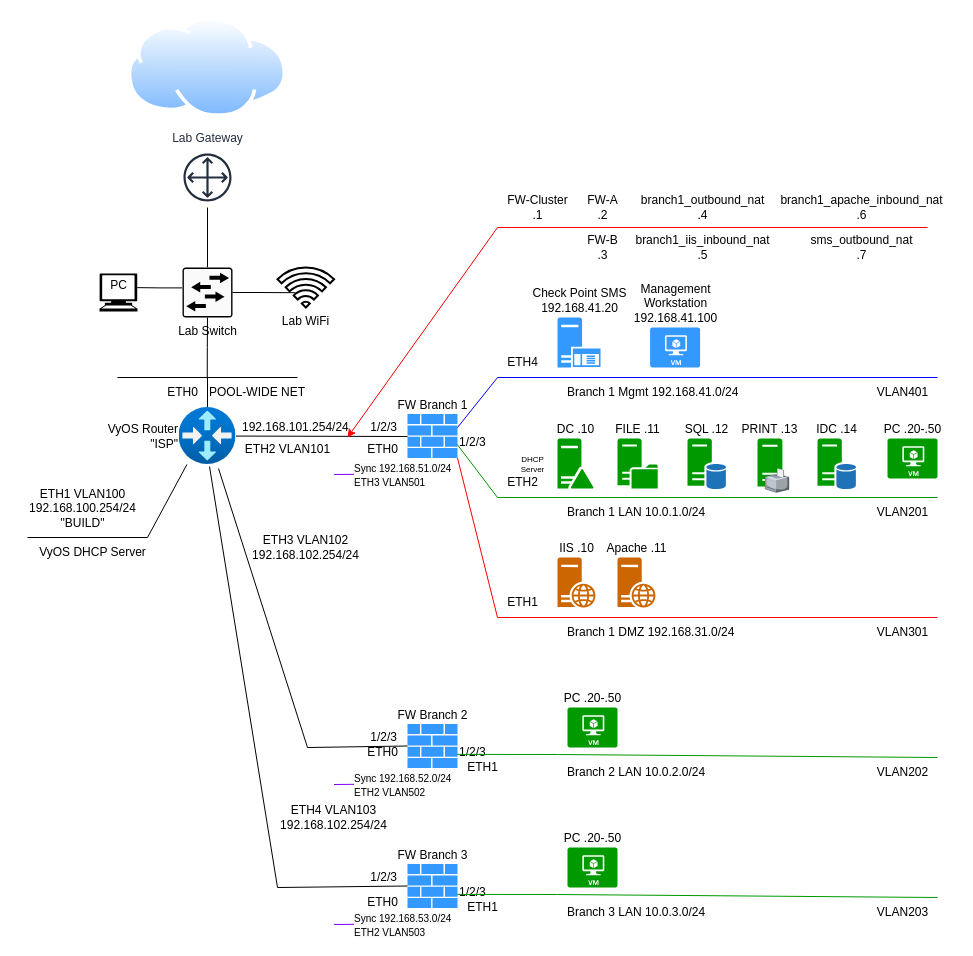
Earlier version of the draw.io diagram page "FULL LAB CHECKPOINT" (4 of 4) of XCP-ng/xcp-ng_lab.drawio (doritoes/NUC-Labs). Source tidied: cells renumbered, new cells numbered last; positions are measured from the earlier drawing's top-left corner, leaving out a move shared by most shapes. Both pictures are drawn from the tidied source at 100%, with x=0, y=0 at pixel (17, 17).
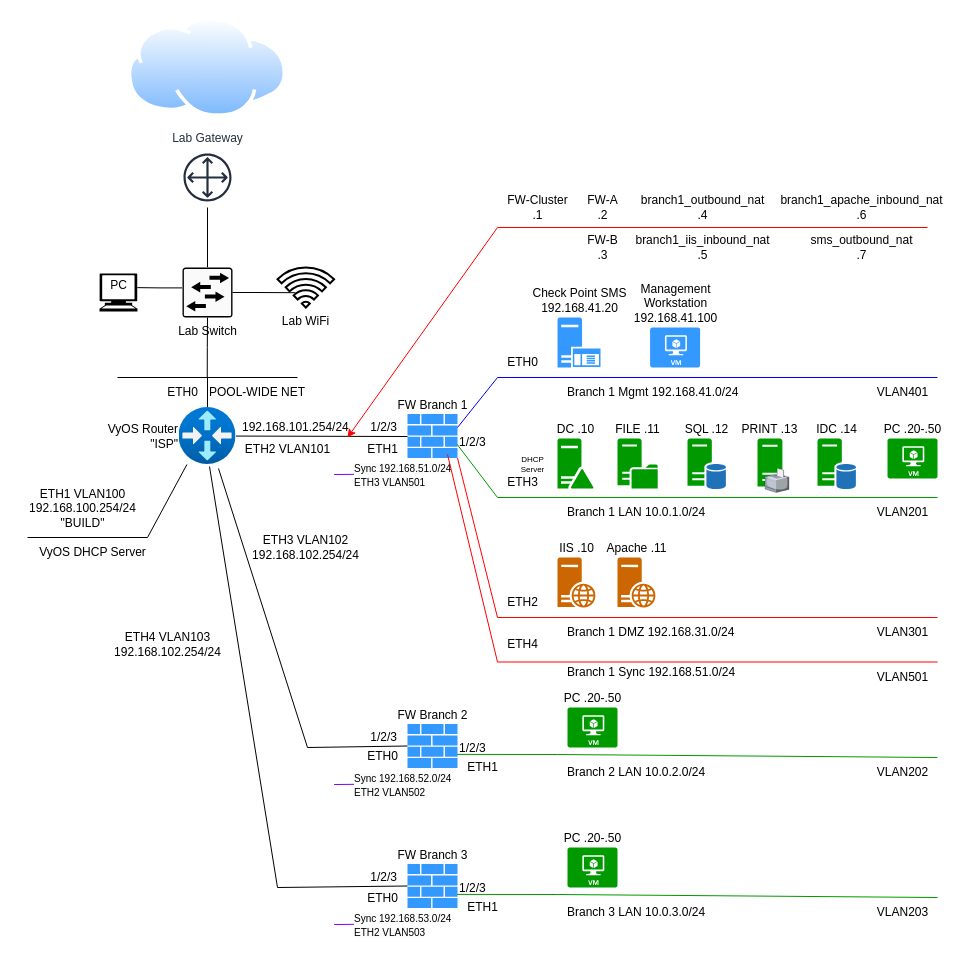
The same page after the edit.

Unchanged cells that the change refers to:
```xml
<mxCell id="13" value="&lt;div&gt;FW Branch 1&lt;/div&gt;" style="sketch=0;shadow=0;dashed=0;html=1;strokeColor=none;labelPosition=center;verticalLabelPosition=top;verticalAlign=bottom;align=center;fillColor=#3399FF;shape=mxgraph.mscae.enterprise.firewall;" parent="1" vertex="1">
  <mxGeometry x="390" y="396.5" width="50" height="44" as="geometry" />
</mxCell>
```

The edit, as a diff of the source:
```diff
@@
     <mxCell id="48" value="1/2/3" style="text;html=1;align=left;verticalAlign=middle;strokeColor=none;fillColor=none;" parent="1" vertex="1">
-      <mxGeometry x="440" y="720" width="50" height="30" as="geometry" />
+      <mxGeometry x="440" y="716" width="50" height="30" as="geometry" />
     </mxCell>
@@
     <mxCell id="57" value="1/2/3" style="text;html=1;align=left;verticalAlign=middle;strokeColor=none;fillColor=none;" parent="1" vertex="1">
-      <mxGeometry x="440" y="860" width="50" height="30" as="geometry" />
+      <mxGeometry x="440" y="856" width="50" height="30" as="geometry" />
     </mxCell>
@@
     <mxCell id="65" value="&lt;div&gt;ETH4 VLAN103&lt;/div&gt;&lt;div&gt;192.168.102.254/24&lt;/div&gt;" style="text;html=1;align=center;verticalAlign=middle;strokeColor=none;fillColor=none;" parent="1" vertex="1">
-      <mxGeometry x="251" y="780" width="130" height="40" as="geometry" />
+      <mxGeometry x="85" y="607" width="130" height="40" as="geometry" />
     </mxCell>
@@
-    <mxCell id="70" value="ETH0" style="text;html=1;align=center;verticalAlign=middle;strokeColor=none;fillColor=none;" parent="1" vertex="1">
+    <mxCell id="70" value="ETH1" style="text;html=1;align=center;verticalAlign=middle;strokeColor=none;fillColor=none;" parent="1" vertex="1">
       <mxGeometry x="340" y="417" width="50" height="30" as="geometry" />
     </mxCell>
-    <mxCell id="71" value="ETH4" style="text;html=1;align=center;verticalAlign=middle;strokeColor=none;fillColor=none;" parent="1" vertex="1">
+    <mxCell id="71" value="ETH0" style="text;html=1;align=center;verticalAlign=middle;strokeColor=none;fillColor=none;" parent="1" vertex="1">
       <mxGeometry x="480" y="330" width="50" height="30" as="geometry" />
     </mxCell>
-    <mxCell id="72" value="ETH1" style="text;html=1;align=center;verticalAlign=middle;strokeColor=none;fillColor=none;" parent="1" vertex="1">
+    <mxCell id="72" value="ETH2" style="text;html=1;align=center;verticalAlign=middle;strokeColor=none;fillColor=none;" parent="1" vertex="1">
       <mxGeometry x="480" y="570" width="50" height="30" as="geometry" />
     </mxCell>
-    <mxCell id="73" value="ETH2" style="text;html=1;align=center;verticalAlign=middle;strokeColor=none;fillColor=none;" parent="1" vertex="1">
+    <mxCell id="73" value="ETH3" style="text;html=1;align=center;verticalAlign=middle;strokeColor=none;fillColor=none;" parent="1" vertex="1">
       <mxGeometry x="480" y="450" width="50" height="30" as="geometry" />
     </mxCell>
     <mxCell id="74" value="ETH0" style="text;html=1;align=center;verticalAlign=middle;strokeColor=none;fillColor=none;" parent="1" vertex="1">
-      <mxGeometry x="340" y="720" width="50" height="30" as="geometry" />
+      <mxGeometry x="340" y="724" width="50" height="30" as="geometry" />
     </mxCell>
@@
     <mxCell id="76" value="ETH0" style="text;html=1;align=center;verticalAlign=middle;strokeColor=none;fillColor=none;" parent="1" vertex="1">
-      <mxGeometry x="340" y="870" width="50" height="30" as="geometry" />
+      <mxGeometry x="340" y="866" width="50" height="30" as="geometry" />
     </mxCell>
@@
+    <mxCell id="87" style="endArrow=none;html=1;rounded=0;strokeColor=#FF0000;exitX=0.8;exitY=0.92;exitDx=0;exitDy=0;exitPerimeter=0;" parent="1" edge="1" source="13">
+      <mxGeometry relative="1" as="geometry">
+        <mxPoint x="920" y="644.5" as="targetPoint" />
+        <Array as="points">
+          <mxPoint x="480" y="644.5" />
+        </Array>
+      </mxGeometry>
+    </mxCell>
+    <mxCell id="88" value="ETH4" style="text;html=1;align=center;verticalAlign=middle;strokeColor=none;fillColor=none;" parent="1" vertex="1">
+      <mxGeometry x="480" y="612" width="50" height="30" as="geometry" />
+    </mxCell>
+    <mxCell id="89" value="Branch 1 Sync 192.168.51.0/24" style="text;html=1;align=left;verticalAlign=middle;strokeColor=none;fillColor=none;" parent="1" vertex="1">
+      <mxGeometry x="547.6" y="640" width="190" height="30" as="geometry" />
+    </mxCell>
+    <mxCell id="90" value="VLAN501" style="text;html=1;align=center;verticalAlign=middle;strokeColor=none;fillColor=none;" parent="1" vertex="1">
+      <mxGeometry x="850" y="645" width="70" height="30" as="geometry" />
+    </mxCell>
```
